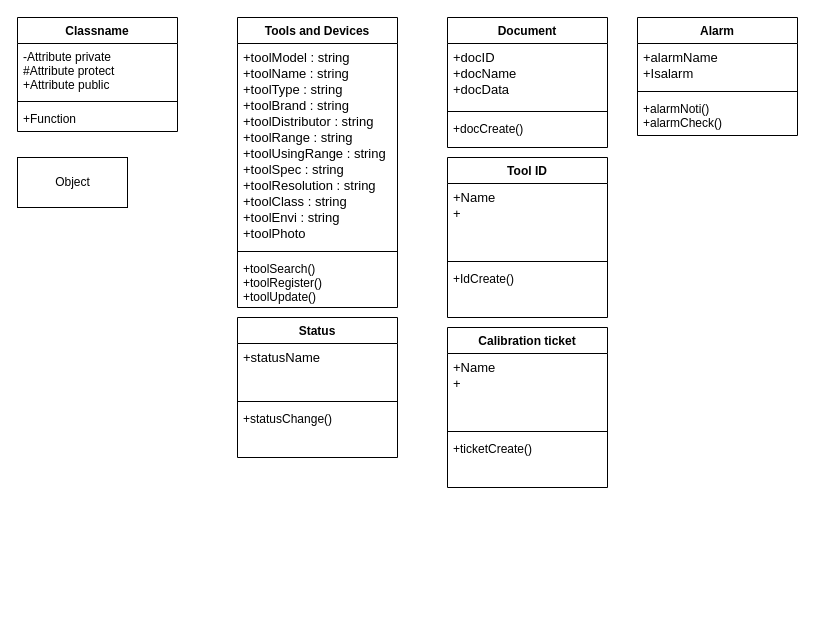
SathapatS/test keeps this draw.io diagram as page "Class diagram" (2 of 2) of Untitled Diagram.drawio. Above is the earlier version. Source tidied: cells renumbered, new cells numbered last; positions are measured from the earlier drawing's top-left corner, leaving out a move shared by most shapes. Both pictures are drawn from the tidied source at 100%, with x=0, y=0 at pixel (17, 17).
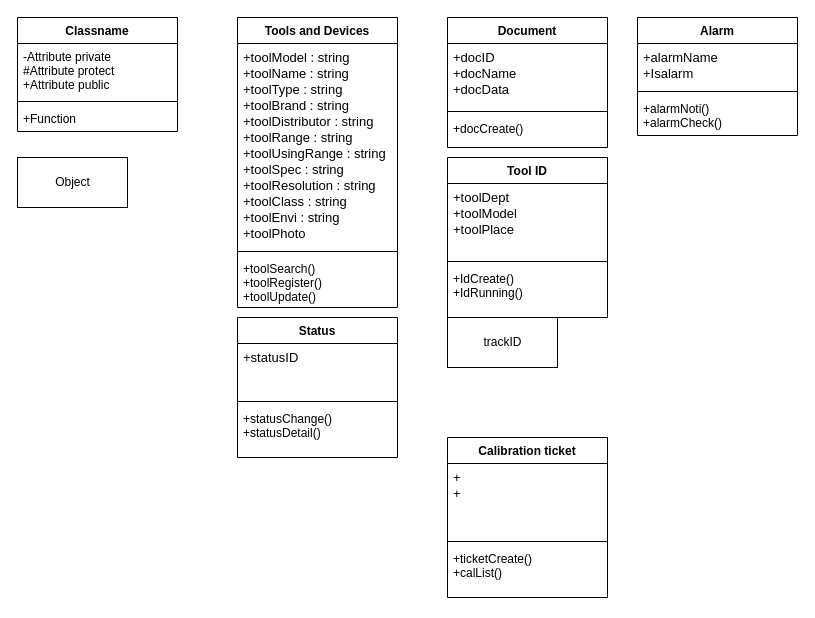
Above is the later version.

Unchanged cells that the change refers to:
```xml
<mxCell id="19" value="Status" style="swimlane;fontStyle=1;align=center;verticalAlign=top;horizontal=1;startSize=26;" parent="1" vertex="1">
  <mxGeometry x="220" y="300" width="160" height="140" as="geometry" />
</mxCell>
<mxCell id="23" value="Tool ID" style="swimlane;fontStyle=1;align=center;verticalAlign=top;horizontal=1;startSize=26;" parent="1" vertex="1">
  <mxGeometry x="430" y="140" width="160" height="160" as="geometry" />
</mxCell>
```

Change to the diagram source:
```diff
@@
-    <mxCell id="20" value="+statusName" style="text;strokeColor=none;fillColor=none;align=left;verticalAlign=top;spacingLeft=4;spacingRight=4;overflow=hidden;fontSize=13;" parent="19" vertex="1">
+    <mxCell id="20" value="+statusID" style="text;strokeColor=none;fillColor=none;align=left;verticalAlign=top;spacingLeft=4;spacingRight=4;overflow=hidden;fontSize=13;" parent="19" vertex="1">
       <mxGeometry y="26" width="160" height="54" as="geometry" />
     </mxCell>
@@
-    <mxCell id="22" value="+statusChange()" style="text;strokeColor=none;fillColor=none;align=left;verticalAlign=top;spacingLeft=4;spacingRight=4;overflow=hidden;" parent="19" vertex="1">
+    <mxCell id="22" value="+statusChange()&#10;+statusDetail()" style="text;strokeColor=none;fillColor=none;align=left;verticalAlign=top;spacingLeft=4;spacingRight=4;overflow=hidden;" parent="19" vertex="1">
       <mxGeometry y="88" width="160" height="52" as="geometry" />
     </mxCell>
@@
-    <mxCell id="24" value="+Name&#10;+" style="text;strokeColor=none;fillColor=none;align=left;verticalAlign=top;spacingLeft=4;spacingRight=4;overflow=hidden;fontSize=13;" parent="23" vertex="1">
+    <mxCell id="24" value="+toolDept&#10;+toolModel&#10;+toolPlace" style="text;strokeColor=none;fillColor=none;align=left;verticalAlign=top;spacingLeft=4;spacingRight=4;overflow=hidden;fontSize=13;" parent="23" vertex="1">
       <mxGeometry y="26" width="160" height="74" as="geometry" />
     </mxCell>
@@
-    <mxCell id="26" value="+IdCreate()" style="text;strokeColor=none;fillColor=none;align=left;verticalAlign=top;spacingLeft=4;spacingRight=4;overflow=hidden;" parent="23" vertex="1">
+    <mxCell id="26" value="+IdCreate()&#10;+IdRunning()" style="text;strokeColor=none;fillColor=none;align=left;verticalAlign=top;spacingLeft=4;spacingRight=4;overflow=hidden;" parent="23" vertex="1">
       <mxGeometry y="108" width="160" height="52" as="geometry" />
     </mxCell>
     <mxCell id="27" value="Calibration ticket" style="swimlane;fontStyle=1;align=center;verticalAlign=top;horizontal=1;startSize=26;" parent="1" vertex="1">
-      <mxGeometry x="430" y="310" width="160" height="160" as="geometry" />
+      <mxGeometry x="430" y="420" width="160" height="160" as="geometry" />
     </mxCell>
-    <mxCell id="28" value="+Name&#10;+" style="text;strokeColor=none;fillColor=none;align=left;verticalAlign=top;spacingLeft=4;spacingRight=4;overflow=hidden;fontSize=13;" parent="27" vertex="1">
+    <mxCell id="28" value="+&#10;+" style="text;strokeColor=none;fillColor=none;align=left;verticalAlign=top;spacingLeft=4;spacingRight=4;overflow=hidden;fontSize=13;" parent="27" vertex="1">
       <mxGeometry y="26" width="160" height="74" as="geometry" />
     </mxCell>
@@
-    <mxCell id="30" value="+ticketCreate()" style="text;strokeColor=none;fillColor=none;align=left;verticalAlign=top;spacingLeft=4;spacingRight=4;overflow=hidden;" parent="27" vertex="1">
+    <mxCell id="30" value="+ticketCreate()&#10;+calList()" style="text;strokeColor=none;fillColor=none;align=left;verticalAlign=top;spacingLeft=4;spacingRight=4;overflow=hidden;" parent="27" vertex="1">
       <mxGeometry y="108" width="160" height="52" as="geometry" />
     </mxCell>
+    <mxCell id="31" value="trackID" style="html=1;" parent="1" vertex="1">
+      <mxGeometry x="430" y="300" width="110" height="50" as="geometry" />
+    </mxCell>
```
